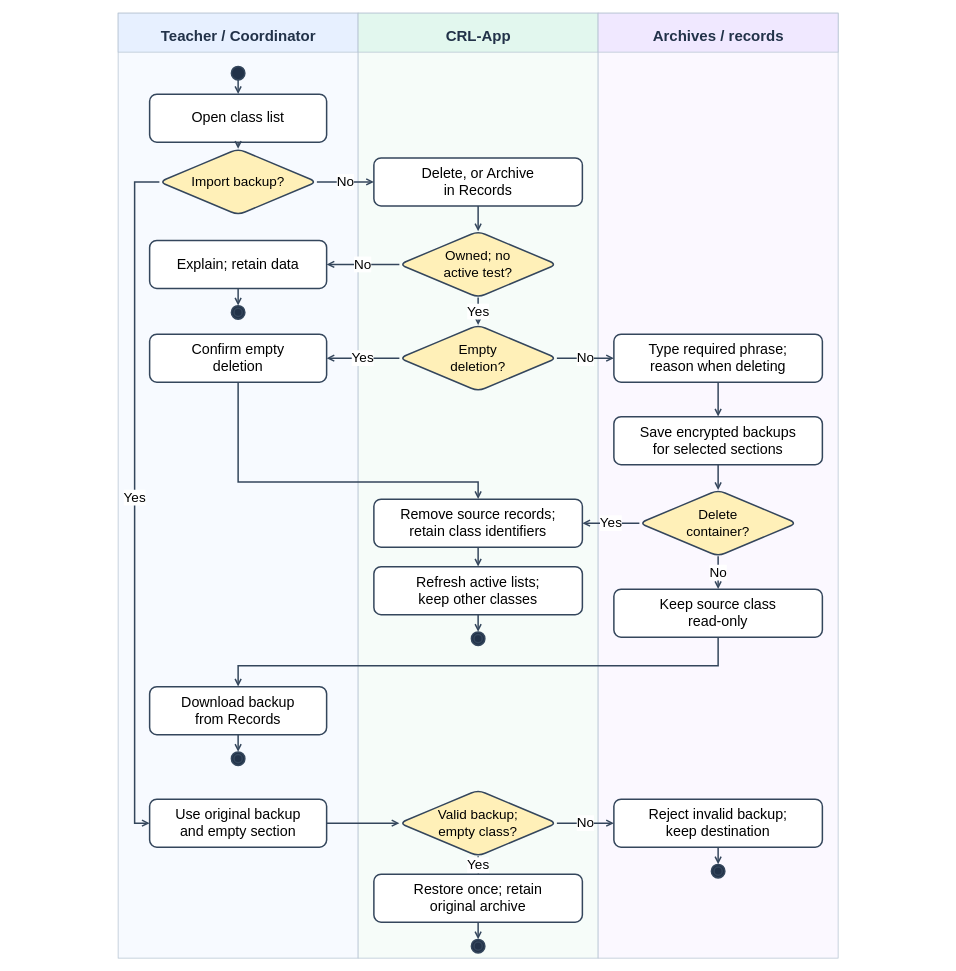
The draw.io diagram docs/diagrams/class-workspaces/figure-23-section-archive.drawio in AkuSayangKamuJudaSayang/crl-app, before the edit. Source tidied: cells renumbered, new cells numbered last; positions are measured from the earlier drawing's top-left corner, leaving out a move shared by most shapes. Both pictures are drawn from the tidied source at 75%, with x=0, y=0 at pixel (13, 13).
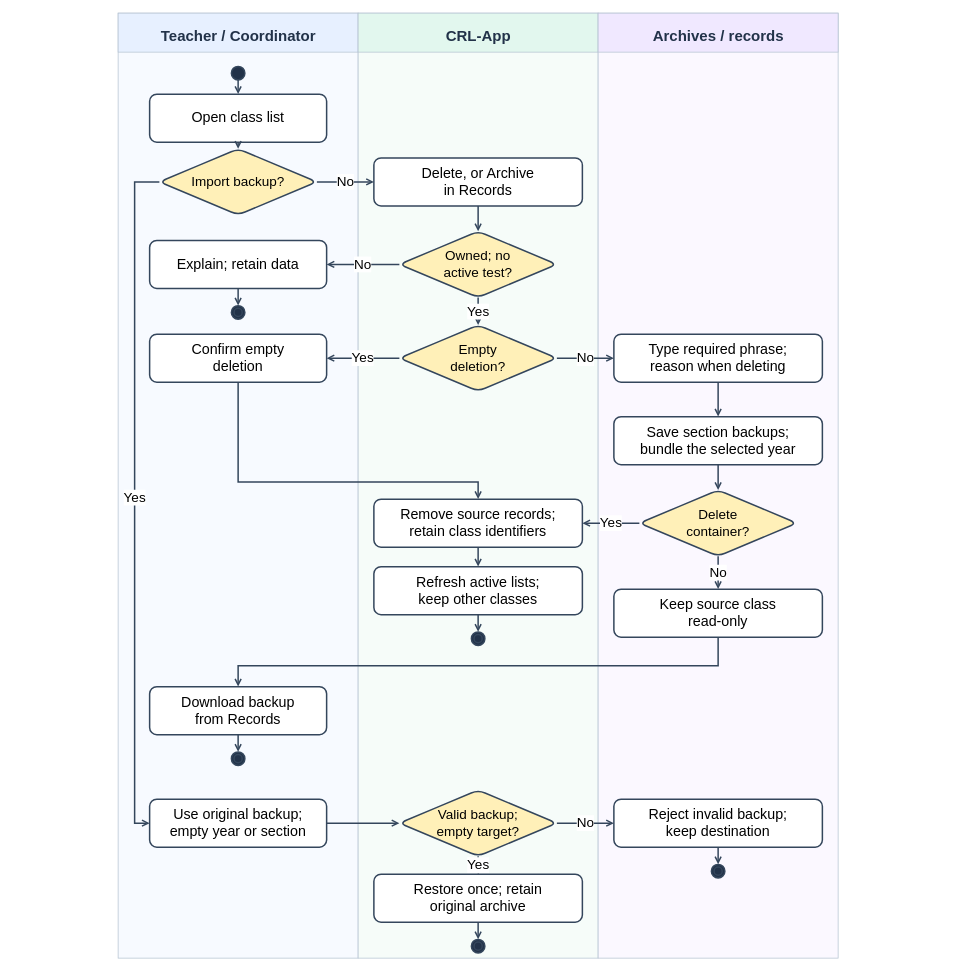
The same page after the edit.

The edit, as a diff of the source:
```diff
@@
-    <mxCell id="21" value="Save encrypted backups&lt;br&gt;for selected sections" style="rounded=1;whiteSpace=wrap;html=1;fillColor=#ffffff;strokeColor=#34465c;strokeWidth=2;fontSize=19;" parent="1" vertex="1">
+    <mxCell id="21" value="Save section backups;&lt;br&gt;bundle the selected year" style="rounded=1;whiteSpace=wrap;html=1;fillColor=#ffffff;strokeColor=#34465c;strokeWidth=2;fontSize=19;" parent="1" vertex="1">
       <mxGeometry x="801" y="538" width="278" height="64" as="geometry" />
     </mxCell>
@@
-    <mxCell id="29" value="Use original backup&lt;br&gt;and empty section" style="rounded=1;whiteSpace=wrap;html=1;fillColor=#ffffff;strokeColor=#34465c;strokeWidth=2;fontSize=19;" parent="1" vertex="1">
+    <mxCell id="29" value="Use original backup;&lt;br&gt;empty year or section" style="rounded=1;whiteSpace=wrap;html=1;fillColor=#ffffff;strokeColor=#34465c;strokeWidth=2;fontSize=19;" parent="1" vertex="1">
       <mxGeometry x="182" y="1048" width="236" height="64" as="geometry" />
     </mxCell>
-    <mxCell id="30" value="Valid backup;&lt;br&gt;empty class?" style="rounded=1;whiteSpace=wrap;html=1;fillColor=#ffffff;strokeColor=#34465c;strokeWidth=2;fontSize=19;shape=rhombus;fillColor=#fff0b8;fontSize=18;" parent="1" vertex="1">
+    <mxCell id="30" value="Valid backup;&lt;br&gt;empty target?" style="rounded=1;whiteSpace=wrap;html=1;fillColor=#ffffff;strokeColor=#34465c;strokeWidth=2;fontSize=19;shape=rhombus;fillColor=#fff0b8;fontSize=18;" parent="1" vertex="1">
       <mxGeometry x="515" y="1036" width="210" height="88" as="geometry" />
     </mxCell>
```
